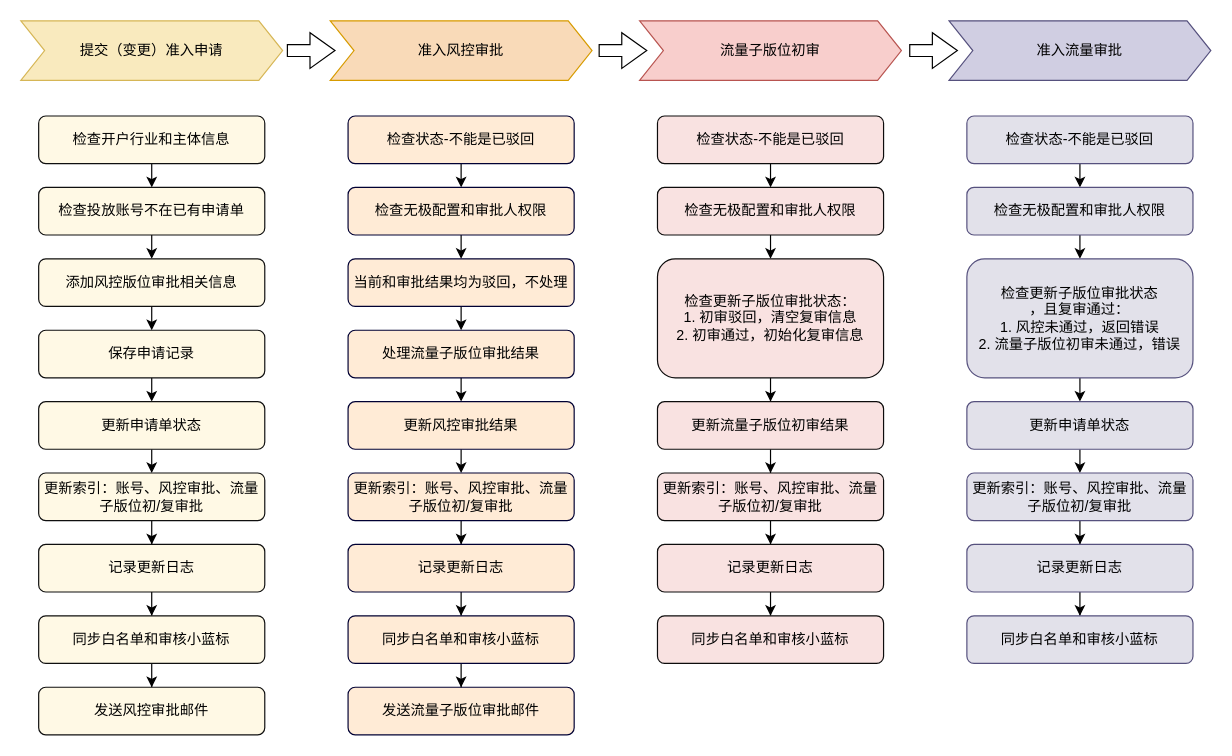
Before: review/机构准入审批流程.drawio in IntronCheng/mydraw, a draw.io diagram. Source tidied: cells renumbered, new cells numbered last; positions are measured from the earlier drawing's top-left corner, leaving out a move shared by most shapes. Both pictures are drawn from the tidied source at 119%, with x=0, y=0 at pixel (20, 20).
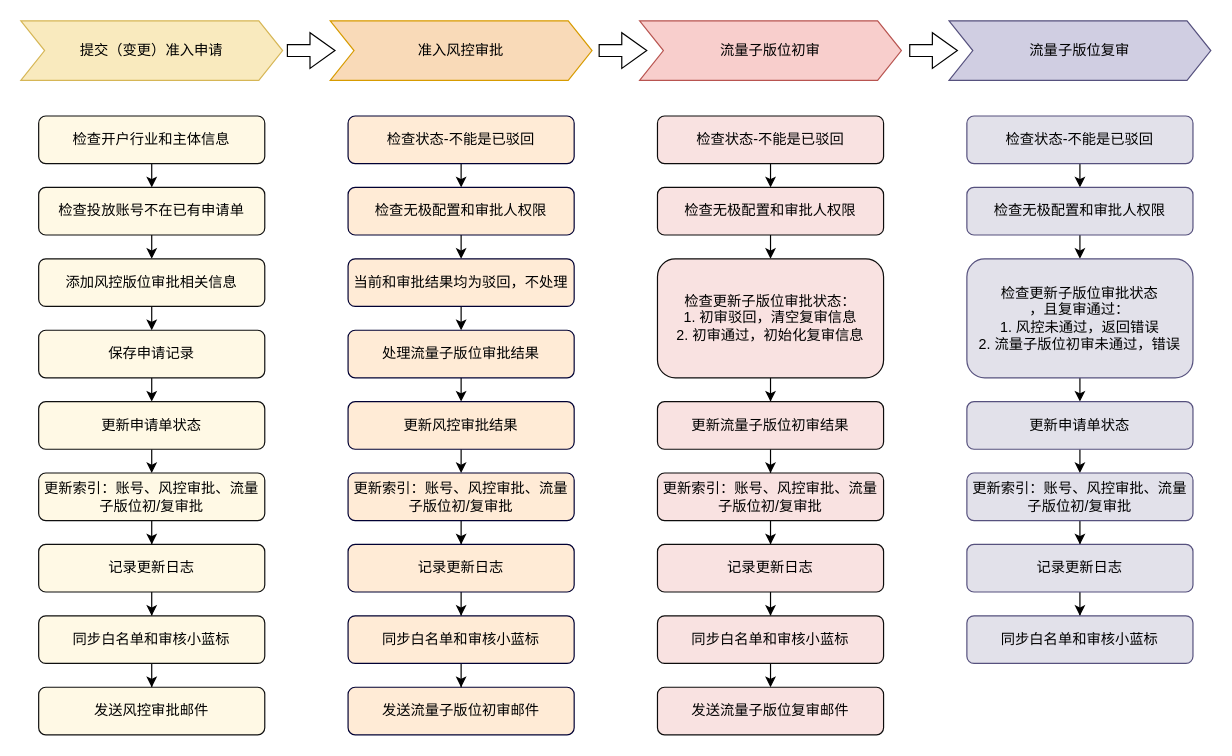
Above is the later version.

Commit message (it also covers changes not shown here):
更新机构准入审批流程.drawio

The change refers to these unchanged cells:
```xml
<mxCell id="68" value="同步白名单和审核小蓝标" style="rounded=1;whiteSpace=wrap;html=1;fillColor=#f9e2e1;fontColor=default;strokeColor=#0d0c0c;" parent="1" vertex="1">
  <mxGeometry x="535" y="500" width="190" height="40" as="geometry" />
</mxCell>
```

The edit, as a diff of the source:
```diff
@@
-    <mxCell id="31" value="准入流量审批" style="shape=step;perimeter=stepPerimeter;whiteSpace=wrap;html=1;fixedSize=1;fillColor=#d0cee2;strokeColor=#56517e;" parent="1" vertex="1">
+    <mxCell id="31" value="流量子版位复审" style="shape=step;perimeter=stepPerimeter;whiteSpace=wrap;html=1;fixedSize=1;fillColor=#d0cee2;strokeColor=#56517e;" parent="1" vertex="1">
       <mxGeometry x="780" width="220" height="50" as="geometry" />
     </mxCell>
@@
-    <mxCell id="57" value="发送流量子版位审批邮件" style="rounded=1;whiteSpace=wrap;html=1;fillColor=#ffebd6;fontColor=default;strokeColor=#000033;" parent="1" vertex="1">
+    <mxCell id="57" value="发送流量子版位初审邮件" style="rounded=1;whiteSpace=wrap;html=1;fillColor=#ffebd6;fontColor=default;strokeColor=#000033;" parent="1" vertex="1">
       <mxGeometry x="275" y="560" width="190" height="40" as="geometry" />
     </mxCell>
@@
+    <mxCell id="69" style="edgeStyle=orthogonalEdgeStyle;rounded=0;jettySize=auto;html=1;exitX=0.5;exitY=1;exitDx=0;exitDy=0;entryX=0.5;entryY=0;entryDx=0;entryDy=0;" parent="1" edge="1" source="68" target="70">
+      <mxGeometry relative="1" as="geometry" />
+    </mxCell>
@@
+    <mxCell id="70" value="发送流量子版位复审邮件" style="rounded=1;whiteSpace=wrap;html=1;fillColor=#f9e2e1;fontColor=default;strokeColor=#0d0c0c;" parent="1" vertex="1">
+      <mxGeometry x="535" y="560" width="190" height="40" as="geometry" />
+    </mxCell>
```
